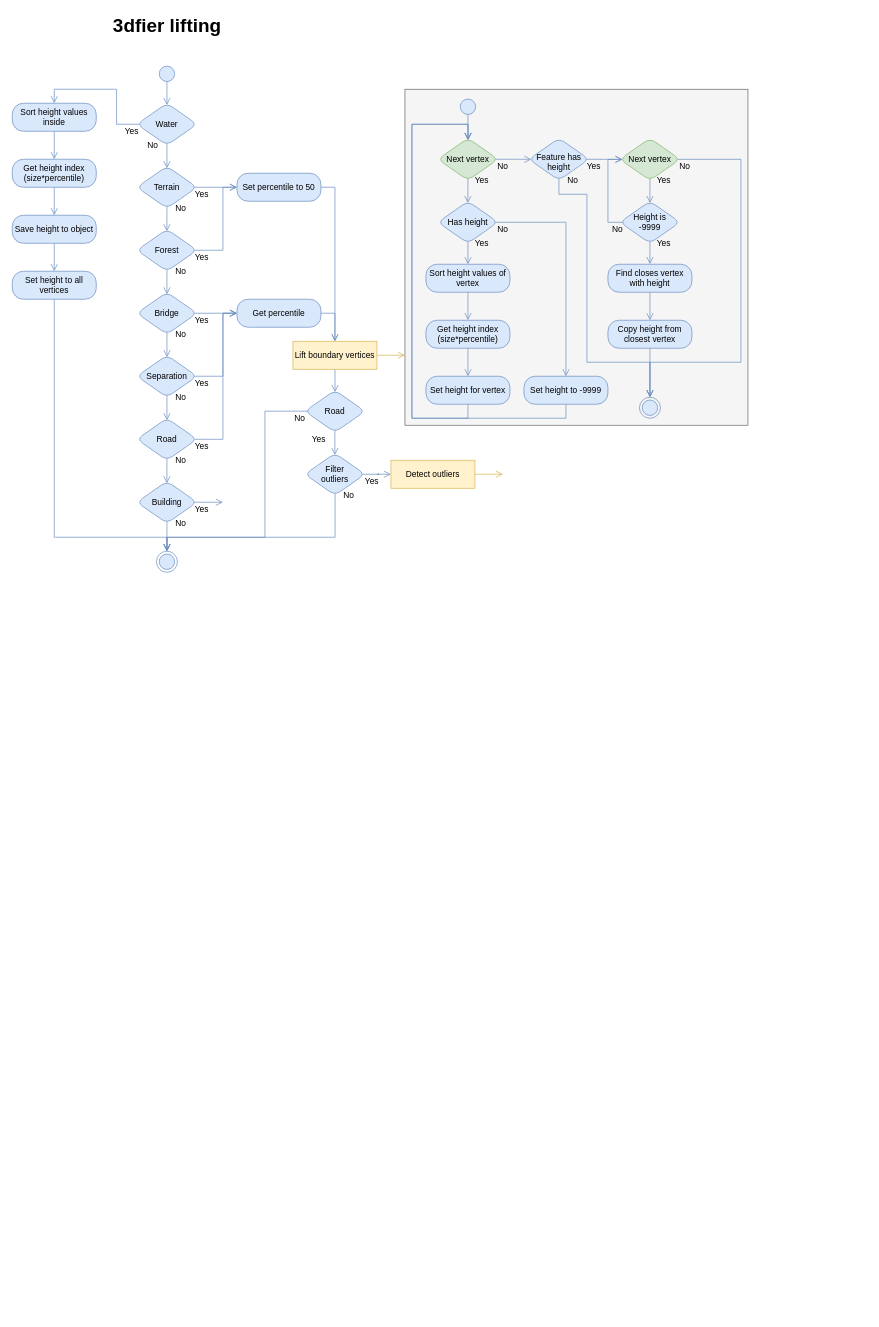
Earlier version of the draw.io diagram resources/flowdiagrams/threedfy_lifting.drawio (tudelft3d/3dfier). Source tidied: cells renumbered, new cells numbered last; positions are measured from the earlier drawing's top-left corner, leaving out a move shared by most shapes. Both pictures are drawn from the tidied source at 70%, with x=0, y=0 at pixel (12, 12).
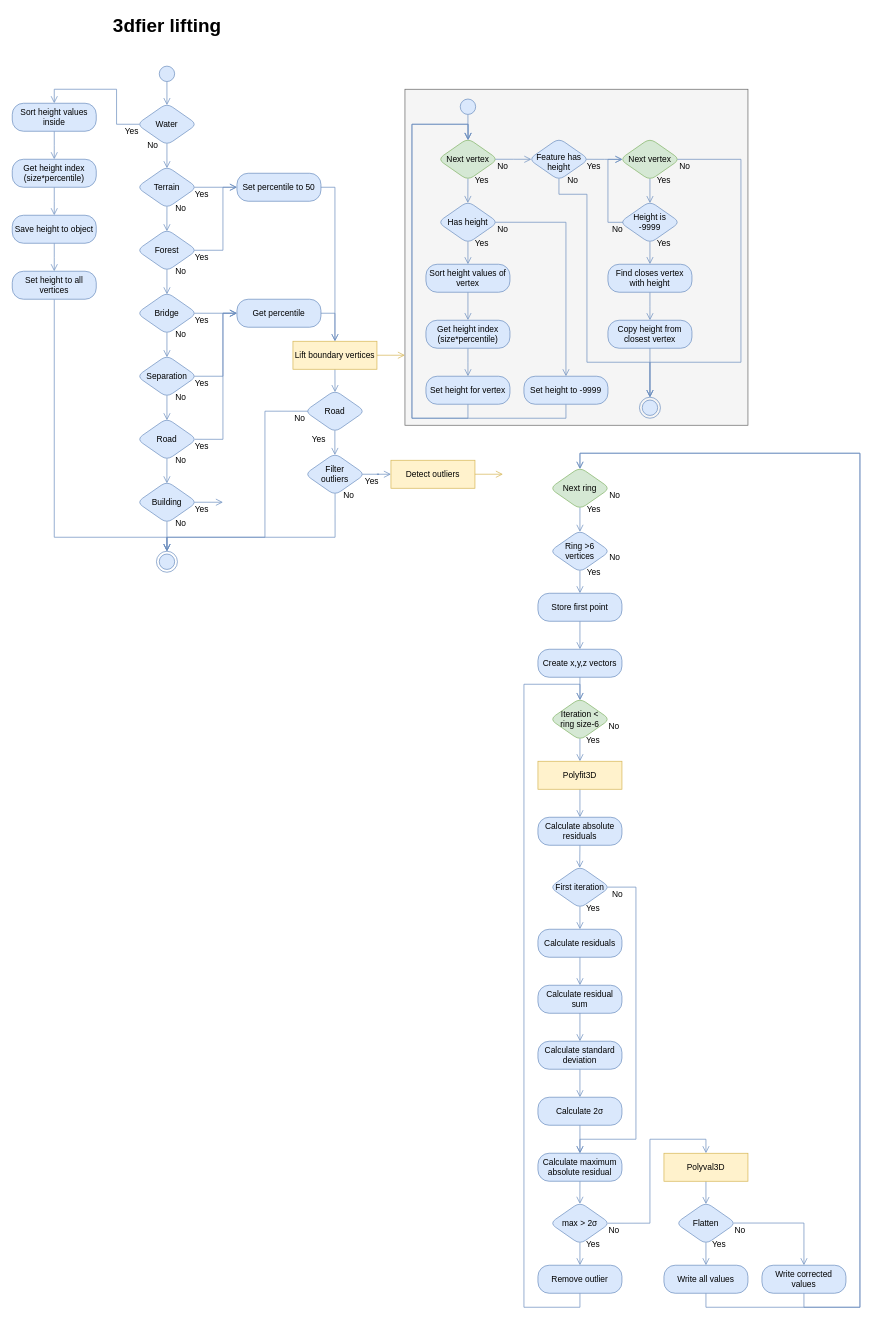
The same diagram, later.

Commit message:
docs: update lifting diagram

What changed in the source:
```diff
@@
+    <mxCell id="109" value="Next ring" style="rhombus;whiteSpace=wrap;html=1;fillColor=#d5e8d4;strokeColor=#82b366;rounded=1;shadow=0;strokeWidth=1;perimeterSpacing=0;spacingTop=0;" parent="1" vertex="1">
+      <mxGeometry x="768" y="650" width="86" height="60" as="geometry" />
+    </mxCell>
+    <mxCell id="110" value="Yes" style="text;html=1;strokeColor=none;fillColor=none;align=center;verticalAlign=middle;whiteSpace=wrap;rounded=0;" parent="1" vertex="1">
+      <mxGeometry x="811" y="700.7" width="40" height="20" as="geometry" />
+    </mxCell>
+    <mxCell id="111" value="No" style="text;html=1;strokeColor=none;fillColor=none;align=center;verticalAlign=middle;whiteSpace=wrap;rounded=0;" parent="1" vertex="1">
+      <mxGeometry x="841" y="679.7" width="40" height="20" as="geometry" />
+    </mxCell>
+    <mxCell id="112" style="edgeStyle=orthogonalEdgeStyle;rounded=0;jettySize=auto;html=1;shadow=0;fontColor=#ffffff;exitX=0.5;exitY=0.961;exitDx=0;exitDy=0;fillColor=#dae8fc;strokeColor=#6c8ebf;endArrow=open;endFill=0;endSize=8;exitPerimeter=0;entryX=0.5;entryY=0.044;entryDx=0;entryDy=0;entryPerimeter=0;" parent="1" edge="1" source="109">
+      <mxGeometry relative="1" as="geometry">
+        <mxPoint x="811" y="742.3" as="targetPoint" />
+      </mxGeometry>
+    </mxCell>
+    <mxCell id="113" value="Ring &amp;gt;6 vertices" style="rhombus;whiteSpace=wrap;html=1;fillColor=#dae8fc;strokeColor=#6c8ebf;rounded=1;shadow=0;strokeWidth=1;perimeterSpacing=0;spacingTop=0;" parent="1" vertex="1">
+      <mxGeometry x="768" y="740" width="86" height="60" as="geometry" />
+    </mxCell>
+    <mxCell id="114" value="Yes" style="text;html=1;strokeColor=none;fillColor=none;align=center;verticalAlign=middle;whiteSpace=wrap;rounded=0;" parent="1" vertex="1">
+      <mxGeometry x="811" y="789.7" width="40" height="20" as="geometry" />
+    </mxCell>
+    <mxCell id="115" value="No" style="text;html=1;strokeColor=none;fillColor=none;align=center;verticalAlign=middle;whiteSpace=wrap;rounded=0;" parent="1" vertex="1">
+      <mxGeometry x="841" y="768.7" width="40" height="20" as="geometry" />
+    </mxCell>
+    <mxCell id="116" style="edgeStyle=orthogonalEdgeStyle;rounded=0;jettySize=auto;html=1;shadow=0;fontColor=#ffffff;exitX=0.5;exitY=0.961;exitDx=0;exitDy=0;fillColor=#dae8fc;strokeColor=#6c8ebf;endArrow=open;endFill=0;endSize=8;exitPerimeter=0;entryX=0.5;entryY=0;entryDx=0;entryDy=0;" parent="1" edge="1" source="113" target="122">
+      <mxGeometry relative="1" as="geometry" />
+    </mxCell>
+    <mxCell id="117" value="Iteration &amp;lt;&lt;br&gt;ring size-6" style="rhombus;whiteSpace=wrap;html=1;fillColor=#d5e8d4;strokeColor=#82b366;rounded=1;shadow=0;strokeWidth=1;perimeterSpacing=0;spacingTop=0;" parent="1" vertex="1">
+      <mxGeometry x="768" y="980" width="86" height="60" as="geometry" />
+    </mxCell>
+    <mxCell id="118" value="Yes" style="text;html=1;strokeColor=none;fillColor=none;align=center;verticalAlign=middle;whiteSpace=wrap;rounded=0;" parent="1" vertex="1">
+      <mxGeometry x="810" y="1031" width="40" height="20" as="geometry" />
+    </mxCell>
+    <mxCell id="119" value="No" style="text;html=1;strokeColor=none;fillColor=none;align=center;verticalAlign=middle;whiteSpace=wrap;rounded=0;" parent="1" vertex="1">
+      <mxGeometry x="840" y="1010" width="40" height="20" as="geometry" />
+    </mxCell>
+    <mxCell id="120" style="edgeStyle=orthogonalEdgeStyle;rounded=0;jettySize=auto;html=1;shadow=0;fontColor=#ffffff;exitX=0.5;exitY=0.961;exitDx=0;exitDy=0;fillColor=#dae8fc;strokeColor=#6c8ebf;endArrow=open;endFill=0;endSize=8;exitPerimeter=0;entryX=0.5;entryY=0;entryDx=0;entryDy=0;" parent="1" edge="1" source="117" target="126">
+      <mxGeometry relative="1" as="geometry" />
+    </mxCell>
+    <mxCell id="121" style="edgeStyle=orthogonalEdgeStyle;rounded=0;jettySize=auto;html=1;shadow=0;fontColor=#ffffff;exitX=0.5;exitY=1;exitDx=0;exitDy=0;fillColor=#dae8fc;strokeColor=#6c8ebf;endArrow=open;endFill=0;endSize=8;entryX=0.5;entryY=0;entryDx=0;entryDy=0;" parent="1" edge="1" source="122" target="124">
+      <mxGeometry relative="1" as="geometry" />
+    </mxCell>
+    <mxCell id="122" value="Store first point" style="rounded=1;whiteSpace=wrap;html=1;arcSize=40;fillColor=#dae8fc;strokeColor=#6c8ebf;shadow=0;" parent="1" vertex="1">
+      <mxGeometry x="751" y="830" width="120" height="40" as="geometry" />
+    </mxCell>
+    <mxCell id="123" style="edgeStyle=orthogonalEdgeStyle;rounded=0;jettySize=auto;html=1;shadow=0;fontColor=#ffffff;exitX=0.5;exitY=1;exitDx=0;exitDy=0;fillColor=#dae8fc;strokeColor=#6c8ebf;endArrow=open;endFill=0;endSize=8;entryX=0.5;entryY=0.043;entryDx=0;entryDy=0;entryPerimeter=0;" parent="1" edge="1" source="124" target="117">
+      <mxGeometry relative="1" as="geometry" />
+    </mxCell>
+    <mxCell id="124" value="Create x,y,z vectors" style="rounded=1;whiteSpace=wrap;html=1;arcSize=40;fillColor=#dae8fc;strokeColor=#6c8ebf;shadow=0;" parent="1" vertex="1">
+      <mxGeometry x="751" y="910" width="120" height="40" as="geometry" />
+    </mxCell>
+    <mxCell id="125" style="edgeStyle=orthogonalEdgeStyle;rounded=0;jettySize=auto;html=1;shadow=0;fontColor=#ffffff;exitX=0.5;exitY=1;exitDx=0;exitDy=0;fillColor=#dae8fc;strokeColor=#6c8ebf;endArrow=open;endFill=0;endSize=8;entryX=0.5;entryY=0;entryDx=0;entryDy=0;" parent="1" edge="1" source="126" target="134">
+      <mxGeometry relative="1" as="geometry">
+        <Array as="points">
+          <mxPoint x="811" y="1140" />
+          <mxPoint x="811" y="1140" />
+        </Array>
+      </mxGeometry>
+    </mxCell>
+    <mxCell id="126" value="Polyfit3D" style="rounded=0;whiteSpace=wrap;html=1;arcSize=40;fillColor=#fff2cc;strokeColor=#d6b656;shadow=0;" parent="1" vertex="1">
+      <mxGeometry x="751" y="1070" width="120" height="40" as="geometry" />
+    </mxCell>
+    <mxCell id="127" value="First iteration" style="rhombus;whiteSpace=wrap;html=1;fillColor=#dae8fc;strokeColor=#6c8ebf;rounded=1;shadow=0;strokeWidth=1;perimeterSpacing=0;spacingTop=0;" parent="1" vertex="1">
+      <mxGeometry x="768" y="1220" width="86" height="60" as="geometry" />
+    </mxCell>
+    <mxCell id="128" value="Yes" style="text;html=1;strokeColor=none;fillColor=none;align=center;verticalAlign=middle;whiteSpace=wrap;rounded=0;" parent="1" vertex="1">
+      <mxGeometry x="810" y="1271" width="40" height="20" as="geometry" />
+    </mxCell>
+    <mxCell id="129" style="edgeStyle=orthogonalEdgeStyle;rounded=0;jettySize=auto;html=1;shadow=0;fontColor=#ffffff;exitX=0.5;exitY=0.961;exitDx=0;exitDy=0;fillColor=#dae8fc;strokeColor=#6c8ebf;endArrow=open;endFill=0;endSize=8;exitPerimeter=0;entryX=0.5;entryY=0;entryDx=0;entryDy=0;" parent="1" edge="1" source="127">
+      <mxGeometry relative="1" as="geometry">
+        <mxPoint x="811" y="1310" as="targetPoint" />
+      </mxGeometry>
+    </mxCell>
+    <mxCell id="130" value="No" style="text;html=1;strokeColor=none;fillColor=none;align=center;verticalAlign=middle;whiteSpace=wrap;rounded=0;" parent="1" vertex="1">
+      <mxGeometry x="845" y="1250" width="40" height="20" as="geometry" />
+    </mxCell>
+    <mxCell id="131" style="edgeStyle=orthogonalEdgeStyle;rounded=0;jettySize=auto;html=1;shadow=0;fontColor=#ffffff;exitX=0.5;exitY=1;exitDx=0;exitDy=0;fillColor=#dae8fc;strokeColor=#6c8ebf;endArrow=open;endFill=0;endSize=8;entryX=0.5;entryY=0;entryDx=0;entryDy=0;" parent="1" edge="1" source="132" target="159">
+      <mxGeometry relative="1" as="geometry" />
+    </mxCell>
+    <mxCell id="132" value="Calculate residuals" style="rounded=1;whiteSpace=wrap;html=1;arcSize=40;fillColor=#dae8fc;strokeColor=#6c8ebf;shadow=0;" parent="1" vertex="1">
+      <mxGeometry x="751" y="1310" width="120" height="40" as="geometry" />
+    </mxCell>
+    <mxCell id="133" style="edgeStyle=orthogonalEdgeStyle;rounded=0;jettySize=auto;html=1;shadow=0;fontColor=#ffffff;exitX=0.5;exitY=1;exitDx=0;exitDy=0;fillColor=#dae8fc;strokeColor=#6c8ebf;endArrow=open;endFill=0;endSize=8;entryX=0.496;entryY=0.038;entryDx=0;entryDy=0;entryPerimeter=0;" parent="1" edge="1" source="134" target="127">
+      <mxGeometry relative="1" as="geometry" />
+    </mxCell>
+    <mxCell id="134" value="Calculate absolute residuals" style="rounded=1;whiteSpace=wrap;html=1;arcSize=40;fillColor=#dae8fc;strokeColor=#6c8ebf;shadow=0;" parent="1" vertex="1">
+      <mxGeometry x="751" y="1150" width="120" height="40" as="geometry" />
+    </mxCell>
+    <mxCell id="135" style="edgeStyle=orthogonalEdgeStyle;rounded=0;jettySize=auto;html=1;shadow=0;fontColor=#ffffff;exitX=0.5;exitY=1;exitDx=0;exitDy=0;fillColor=#dae8fc;strokeColor=#6c8ebf;endArrow=open;endFill=0;endSize=8;entryX=0.5;entryY=0;entryDx=0;entryDy=0;" parent="1" edge="1" source="136" target="138">
+      <mxGeometry relative="1" as="geometry" />
+    </mxCell>
+    <mxCell id="136" value="Calculate standard deviation" style="rounded=1;whiteSpace=wrap;html=1;arcSize=40;fillColor=#dae8fc;strokeColor=#6c8ebf;shadow=0;" parent="1" vertex="1">
+      <mxGeometry x="751" y="1470" width="120" height="40" as="geometry" />
+    </mxCell>
+    <mxCell id="137" style="edgeStyle=orthogonalEdgeStyle;rounded=0;jettySize=auto;html=1;shadow=0;fontColor=#ffffff;exitX=0.5;exitY=1;exitDx=0;exitDy=0;fillColor=#dae8fc;strokeColor=#6c8ebf;endArrow=open;endFill=0;endSize=8;" parent="1" edge="1" source="138">
+      <mxGeometry relative="1" as="geometry">
+        <mxPoint x="811" y="1630" as="targetPoint" />
+      </mxGeometry>
+    </mxCell>
+    <mxCell id="138" value="Calculate 2σ" style="rounded=1;whiteSpace=wrap;html=1;arcSize=40;fillColor=#dae8fc;strokeColor=#6c8ebf;shadow=0;" parent="1" vertex="1">
+      <mxGeometry x="751" y="1550" width="120" height="40" as="geometry" />
+    </mxCell>
+    <mxCell id="139" style="edgeStyle=orthogonalEdgeStyle;rounded=0;jettySize=auto;html=1;shadow=0;fontColor=#ffffff;exitX=0.5;exitY=1;exitDx=0;exitDy=0;fillColor=#dae8fc;strokeColor=#6c8ebf;endArrow=open;endFill=0;endSize=8;entryX=0.499;entryY=0.038;entryDx=0;entryDy=0;entryPerimeter=0;" parent="1" edge="1" source="140" target="141">
+      <mxGeometry relative="1" as="geometry" />
+    </mxCell>
+    <mxCell id="140" value="Calculate maximum absolute residual" style="rounded=1;whiteSpace=wrap;html=1;arcSize=40;fillColor=#dae8fc;strokeColor=#6c8ebf;shadow=0;" parent="1" vertex="1">
+      <mxGeometry x="751" y="1630" width="120" height="40" as="geometry" />
+    </mxCell>
+    <mxCell id="141" value="&lt;font style=&quot;font-size: 12px&quot;&gt;max &amp;gt; 2&lt;span&gt;σ&lt;/span&gt;&lt;/font&gt;" style="rhombus;whiteSpace=wrap;html=1;fillColor=#dae8fc;strokeColor=#6c8ebf;rounded=1;shadow=0;strokeWidth=1;perimeterSpacing=0;spacingTop=0;" parent="1" vertex="1">
+      <mxGeometry x="768" y="1700" width="86" height="60" as="geometry" />
+    </mxCell>
+    <mxCell id="142" value="Yes" style="text;html=1;strokeColor=none;fillColor=none;align=center;verticalAlign=middle;whiteSpace=wrap;rounded=0;" parent="1" vertex="1">
+      <mxGeometry x="810" y="1751" width="40" height="20" as="geometry" />
+    </mxCell>
+    <mxCell id="143" style="edgeStyle=orthogonalEdgeStyle;rounded=0;jettySize=auto;html=1;shadow=0;fontColor=#ffffff;exitX=0.5;exitY=0.961;exitDx=0;exitDy=0;fillColor=#dae8fc;strokeColor=#6c8ebf;endArrow=open;endFill=0;endSize=8;exitPerimeter=0;entryX=0.5;entryY=0;entryDx=0;entryDy=0;" parent="1" edge="1" source="141">
+      <mxGeometry relative="1" as="geometry">
+        <mxPoint x="811" y="1790" as="targetPoint" />
+      </mxGeometry>
+    </mxCell>
+    <mxCell id="144" value="No" style="text;html=1;strokeColor=none;fillColor=none;align=center;verticalAlign=middle;whiteSpace=wrap;rounded=0;" parent="1" vertex="1">
+      <mxGeometry x="840" y="1730" width="40" height="20" as="geometry" />
+    </mxCell>
+    <mxCell id="145" style="edgeStyle=orthogonalEdgeStyle;rounded=0;jettySize=auto;html=1;shadow=0;fontColor=#ffffff;exitX=0.5;exitY=1;exitDx=0;exitDy=0;fillColor=#dae8fc;strokeColor=#6c8ebf;endArrow=open;endFill=0;endSize=8;entryX=0.501;entryY=0.043;entryDx=0;entryDy=0;entryPerimeter=0;" parent="1" edge="1" source="146" target="117">
+      <mxGeometry relative="1" as="geometry">
+        <Array as="points">
+          <mxPoint x="811" y="1850" />
+          <mxPoint x="731" y="1850" />
+          <mxPoint x="731" y="960" />
+          <mxPoint x="811" y="960" />
+        </Array>
+      </mxGeometry>
+    </mxCell>
+    <mxCell id="146" value="Remove outlier" style="rounded=1;whiteSpace=wrap;html=1;arcSize=40;fillColor=#dae8fc;strokeColor=#6c8ebf;shadow=0;" parent="1" vertex="1">
+      <mxGeometry x="751" y="1790" width="120" height="40" as="geometry" />
+    </mxCell>
+    <mxCell id="147" style="edgeStyle=orthogonalEdgeStyle;rounded=0;jettySize=auto;html=1;shadow=0;fontColor=#ffffff;exitX=0.962;exitY=0.499;exitDx=0;exitDy=0;fillColor=#dae8fc;strokeColor=#6c8ebf;endArrow=open;endFill=0;endSize=8;exitPerimeter=0;entryX=0.5;entryY=0;entryDx=0;entryDy=0;" parent="1" edge="1" source="141" target="149">
+      <mxGeometry relative="1" as="geometry">
+        <Array as="points">
+          <mxPoint x="911" y="1730" />
+          <mxPoint x="911" y="1610" />
+          <mxPoint x="991" y="1610" />
+        </Array>
+      </mxGeometry>
+    </mxCell>
+    <mxCell id="148" style="edgeStyle=orthogonalEdgeStyle;rounded=0;jettySize=auto;html=1;shadow=0;fontColor=#ffffff;exitX=0.5;exitY=1;exitDx=0;exitDy=0;fillColor=#dae8fc;strokeColor=#6c8ebf;endArrow=open;endFill=0;endSize=8;entryX=0.5;entryY=0.043;entryDx=0;entryDy=0;entryPerimeter=0;" parent="1" edge="1" source="149">
+      <mxGeometry relative="1" as="geometry">
+        <mxPoint x="991" y="1702.6" as="targetPoint" />
+      </mxGeometry>
+    </mxCell>
+    <mxCell id="149" value="Polyval3D" style="rounded=0;whiteSpace=wrap;html=1;arcSize=40;fillColor=#fff2cc;strokeColor=#d6b656;shadow=0;" parent="1" vertex="1">
+      <mxGeometry x="931" y="1630" width="120" height="40" as="geometry" />
+    </mxCell>
+    <mxCell id="150" value="Flatten" style="rhombus;whiteSpace=wrap;html=1;fillColor=#dae8fc;strokeColor=#6c8ebf;rounded=1;shadow=0;strokeWidth=1;perimeterSpacing=0;spacingTop=0;" parent="1" vertex="1">
+      <mxGeometry x="948" y="1700" width="86" height="60" as="geometry" />
+    </mxCell>
+    <mxCell id="151" value="Yes" style="text;html=1;strokeColor=none;fillColor=none;align=center;verticalAlign=middle;whiteSpace=wrap;rounded=0;" parent="1" vertex="1">
+      <mxGeometry x="990" y="1751" width="40" height="20" as="geometry" />
+    </mxCell>
+    <mxCell id="152" style="edgeStyle=orthogonalEdgeStyle;rounded=0;jettySize=auto;html=1;shadow=0;fontColor=#ffffff;exitX=0.5;exitY=0.961;exitDx=0;exitDy=0;fillColor=#dae8fc;strokeColor=#6c8ebf;endArrow=open;endFill=0;endSize=8;exitPerimeter=0;entryX=0.5;entryY=0;entryDx=0;entryDy=0;" parent="1" edge="1" source="150">
+      <mxGeometry relative="1" as="geometry">
+        <mxPoint x="991" y="1790" as="targetPoint" />
+      </mxGeometry>
+    </mxCell>
+    <mxCell id="153" value="No" style="text;html=1;strokeColor=none;fillColor=none;align=center;verticalAlign=middle;whiteSpace=wrap;rounded=0;" parent="1" vertex="1">
+      <mxGeometry x="1020" y="1730" width="40" height="20" as="geometry" />
+    </mxCell>
+    <mxCell id="154" style="edgeStyle=orthogonalEdgeStyle;rounded=0;jettySize=auto;html=1;shadow=0;fontColor=#ffffff;exitX=0.5;exitY=1;exitDx=0;exitDy=0;fillColor=#dae8fc;strokeColor=#6c8ebf;endArrow=open;endFill=0;endSize=8;entryX=0.499;entryY=0.035;entryDx=0;entryDy=0;entryPerimeter=0;" parent="1" edge="1" source="155" target="109">
+      <mxGeometry relative="1" as="geometry">
+        <Array as="points">
+          <mxPoint x="991" y="1850" />
+          <mxPoint x="1211" y="1850" />
+          <mxPoint x="1211" y="630" />
+          <mxPoint x="811" y="630" />
+        </Array>
+      </mxGeometry>
+    </mxCell>
+    <mxCell id="155" value="Write all values" style="rounded=1;whiteSpace=wrap;html=1;arcSize=40;fillColor=#dae8fc;strokeColor=#6c8ebf;shadow=0;" parent="1" vertex="1">
+      <mxGeometry x="931" y="1790" width="120" height="40" as="geometry" />
+    </mxCell>
+    <mxCell id="156" style="edgeStyle=orthogonalEdgeStyle;rounded=0;jettySize=auto;html=1;shadow=0;fontColor=#ffffff;exitX=0.5;exitY=1;exitDx=0;exitDy=0;fillColor=#dae8fc;strokeColor=#6c8ebf;endArrow=open;endFill=0;endSize=8;entryX=0.501;entryY=0.042;entryDx=0;entryDy=0;entryPerimeter=0;" parent="1" edge="1" source="157" target="109">
+      <mxGeometry relative="1" as="geometry">
+        <Array as="points">
+          <mxPoint x="1131" y="1850" />
+          <mxPoint x="1211" y="1850" />
+          <mxPoint x="1211" y="630" />
+          <mxPoint x="811" y="630" />
+        </Array>
+      </mxGeometry>
+    </mxCell>
+    <mxCell id="157" value="Write corrected values" style="rounded=1;whiteSpace=wrap;html=1;arcSize=40;fillColor=#dae8fc;strokeColor=#6c8ebf;shadow=0;" parent="1" vertex="1">
+      <mxGeometry x="1071" y="1790" width="120" height="40" as="geometry" />
+    </mxCell>
+    <mxCell id="158" style="edgeStyle=orthogonalEdgeStyle;rounded=0;jettySize=auto;html=1;shadow=0;fontColor=#ffffff;exitX=0.959;exitY=0.495;exitDx=0;exitDy=0;fillColor=#dae8fc;strokeColor=#6c8ebf;endArrow=open;endFill=0;endSize=8;exitPerimeter=0;entryX=0.5;entryY=0;entryDx=0;entryDy=0;" parent="1" edge="1" source="150" target="157">
+      <mxGeometry relative="1" as="geometry" />
+    </mxCell>
+    <mxCell id="159" value="Calculate residual sum" style="rounded=1;whiteSpace=wrap;html=1;arcSize=40;fillColor=#dae8fc;strokeColor=#6c8ebf;shadow=0;" parent="1" vertex="1">
+      <mxGeometry x="751" y="1390" width="120" height="40" as="geometry" />
+    </mxCell>
+    <mxCell id="160" style="edgeStyle=orthogonalEdgeStyle;rounded=0;jettySize=auto;html=1;shadow=0;fontColor=#ffffff;fillColor=#dae8fc;strokeColor=#6c8ebf;endArrow=open;endFill=0;endSize=8;entryX=0.5;entryY=0;entryDx=0;entryDy=0;exitX=0.5;exitY=1;exitDx=0;exitDy=0;" parent="1" edge="1" source="159" target="136">
+      <mxGeometry relative="1" as="geometry" />
+    </mxCell>
+    <mxCell id="161" style="edgeStyle=orthogonalEdgeStyle;rounded=0;jettySize=auto;html=1;shadow=0;fontColor=#ffffff;fillColor=#dae8fc;strokeColor=#6c8ebf;endArrow=open;endFill=0;endSize=8;entryX=0.5;entryY=0;entryDx=0;entryDy=0;exitX=0.956;exitY=0.497;exitDx=0;exitDy=0;exitPerimeter=0;" parent="1" edge="1" source="127" target="140">
+      <mxGeometry relative="1" as="geometry">
+        <Array as="points">
+          <mxPoint x="891" y="1250" />
+          <mxPoint x="891" y="1610" />
+          <mxPoint x="811" y="1610" />
+        </Array>
+      </mxGeometry>
+    </mxCell>
```
